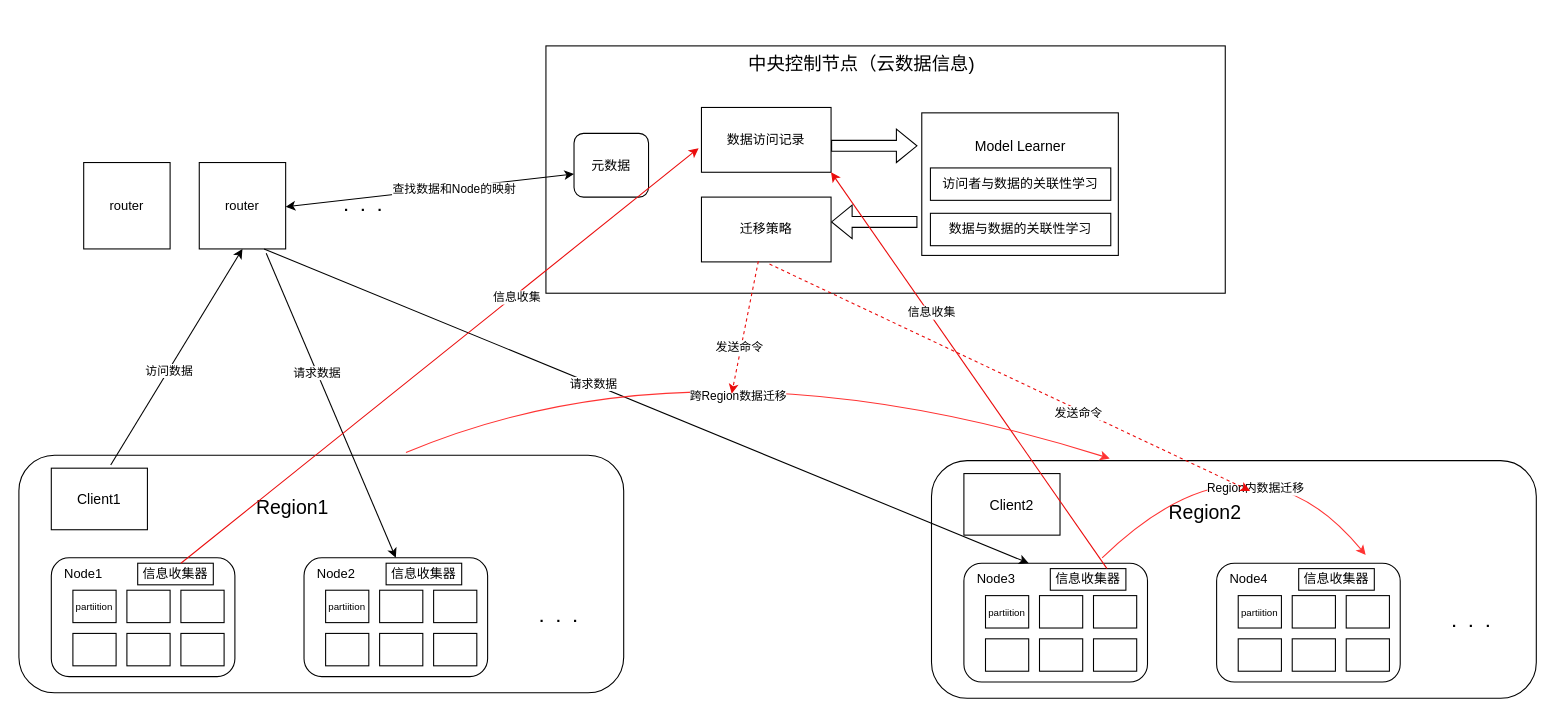
The draw.io diagram 未命名绘图.drawio in Mo-yang22/TCP-IP, before the edit. Source tidied: cells renumbered, new cells numbered last; positions are measured from the earlier drawing's top-left corner, leaving out a move shared by most shapes. Both pictures are drawn from the tidied source at 108%, with x=0, y=0 at pixel (18, 18).
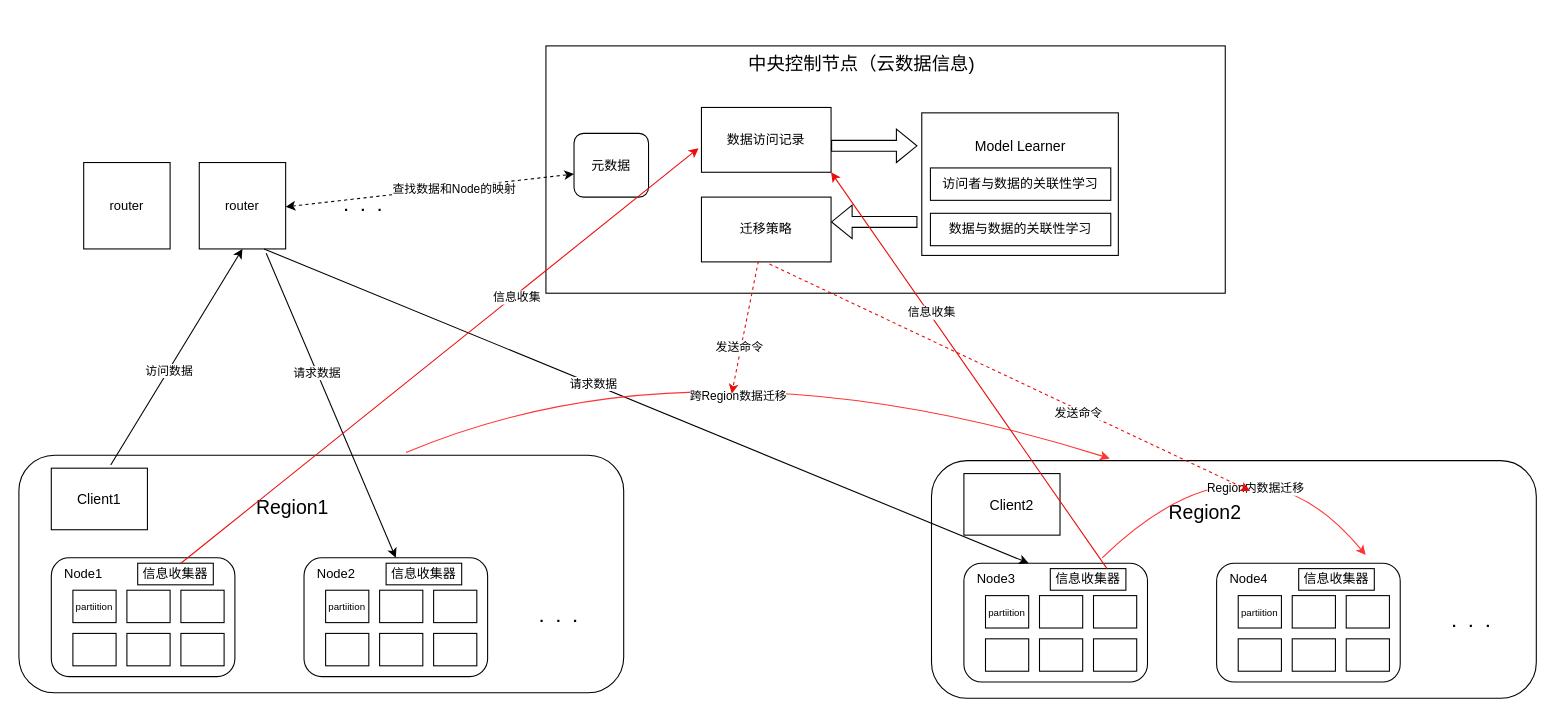
The same page after the edit.

Commit message (it also covers changes not shown here):
更新未命名绘图.drawio

Unchanged cells that the change refers to:
```xml
<mxCell id="57" value="元数据" style="rounded=1;whiteSpace=wrap;html=1;fillColor=none;" parent="1" vertex="1">
  <mxGeometry x="514" y="106" width="69" height="59" as="geometry" />
</mxCell>
```

The edit, as a diff of the source:
```diff
@@
-    <mxCell id="55" style="endArrow=classic;startArrow=classic;html=1;rounded=0;entryX=0;entryY=0.638;entryDx=0;entryDy=0;entryPerimeter=0;" parent="1" edge="1" target="57">
+    <mxCell id="55" style="endArrow=classic;startArrow=classic;html=1;rounded=0;entryX=0;entryY=0.638;entryDx=0;entryDy=0;entryPerimeter=0;dashed=1;" parent="1" edge="1" target="57">
       <mxGeometry relative="1" as="geometry">
         <mxPoint x="247" y="174" as="sourcePoint" />
       </mxGeometry>
     </mxCell>
```
